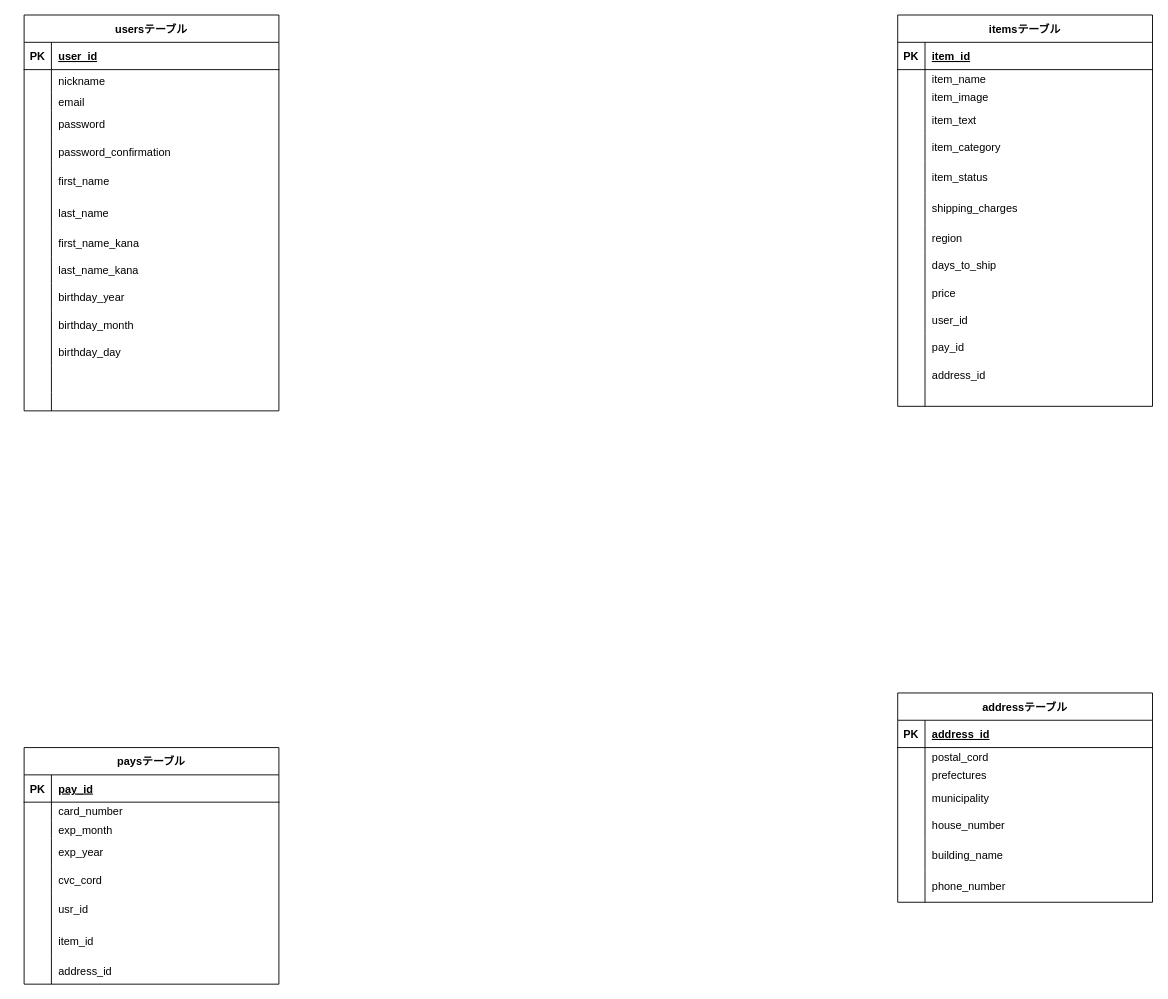
Above: furima.dio in makiwakurin/furima-28121 (draw.io), before the change. Source tidied: cells renumbered, new cells numbered last; positions are measured from the earlier drawing's top-left corner, leaving out a move shared by most shapes. Both pictures are drawn from the tidied source at 91%, with x=0, y=0 at pixel (24, 15).
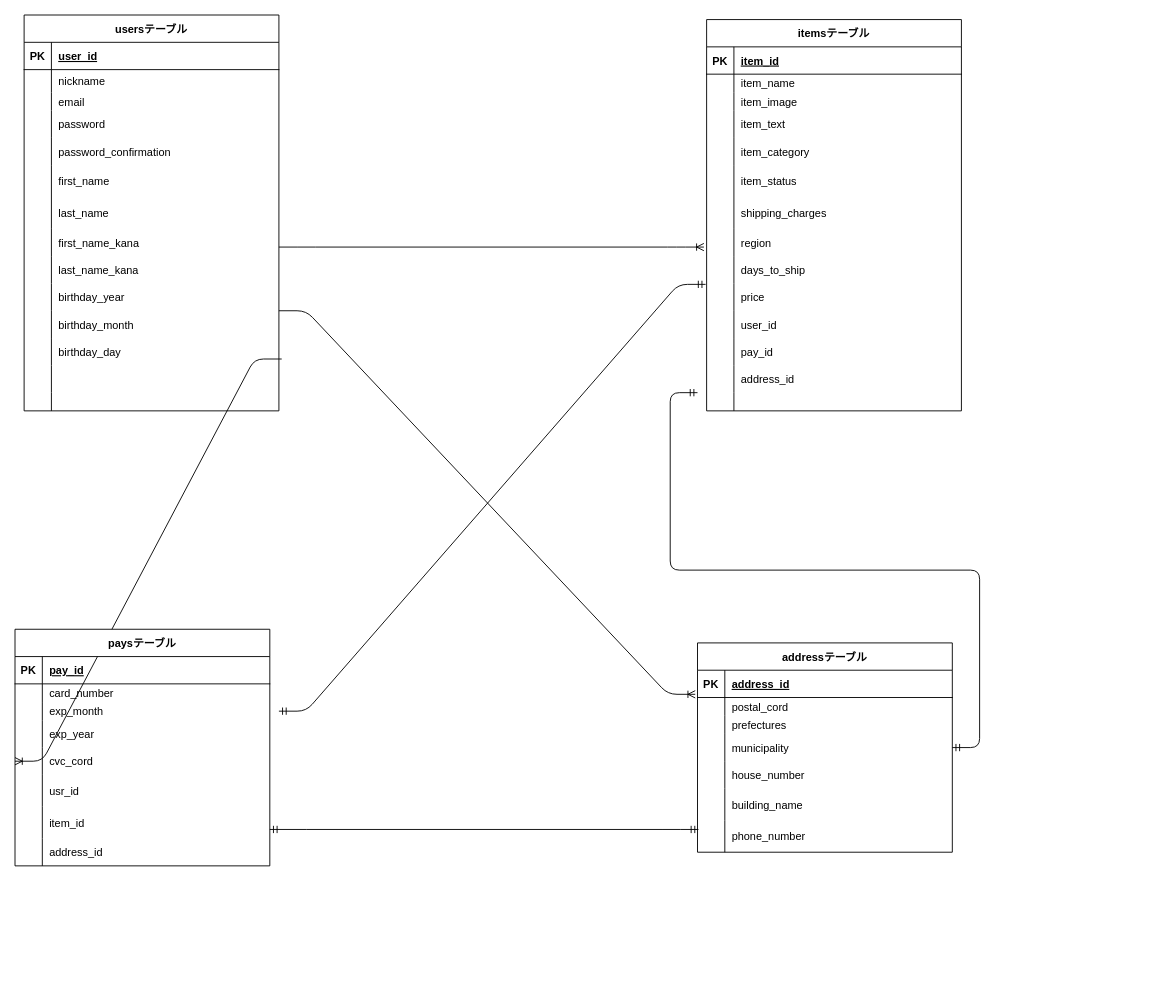
Above is the later version.

Commit message (it also covers changes not shown here):
各テーブルへカラム、型、アソシエーションの修正

The change refers to these unchanged cells:
```xml
<mxCell id="36" style="shape=partialRectangle;fillColor=none;top=0;left=0;bottom=0;right=0;points=[[0,0.5],[1,0.5]];portConstraint=eastwest;" parent="2" vertex="1">
  <mxGeometry y="355" width="280" height="30" as="geometry" />
</mxCell>
<mxCell id="74" style="shape=partialRectangle;fillColor=none;top=0;left=0;bottom=0;right=0;points=[[0,0.5],[1,0.5]];portConstraint=eastwest;" parent="46" vertex="1">
  <mxGeometry y="290" width="280" height="30" as="geometry" />
</mxCell>
<mxCell id="102" style="shape=partialRectangle;fillColor=none;top=0;left=0;bottom=0;right=0;points=[[0,0.5],[1,0.5]];portConstraint=eastwest;" parent="89" vertex="1">
  <mxGeometry y="130" width="280" height="30" as="geometry" />
</mxCell>
<mxCell id="118" style="shape=partialRectangle;fillColor=none;top=0;left=0;bottom=0;right=0;points=[[0,0.5],[1,0.5]];portConstraint=eastwest;" parent="114" vertex="1">
  <mxGeometry y="60" width="280" height="20" as="geometry" />
</mxCell>
<mxCell id="124" style="shape=partialRectangle;fillColor=none;top=0;left=0;bottom=0;right=0;points=[[0,0.5],[1,0.5]];portConstraint=eastwest;" parent="114" vertex="1">
  <mxGeometry y="100" width="280" height="30" as="geometry" />
</mxCell>
```

What changed in the source:
```diff
@@
     <mxCell id="46" value="itemsテーブル" style="shape=table;startSize=30;childLayout=tableLayout;rowLines=0;fontStyle=1;align=center;" parent="1" vertex="1">
-      <mxGeometry x="960" width="280" height="430" as="geometry" />
+      <mxGeometry x="750" y="5" width="280" height="430" as="geometry" />
     </mxCell>
@@
+    <mxCell id="136" style="edgeStyle=entityRelationEdgeStyle;fontSize=12;html=1;endArrow=ERoneToMany;" parent="1" edge="1">
+      <mxGeometry relative="1" as="geometry">
+        <mxPoint x="280" y="255" as="sourcePoint" />
+        <mxPoint x="747" y="255" as="targetPoint" />
+      </mxGeometry>
+    </mxCell>
+    <mxCell id="137" style="edgeStyle=entityRelationEdgeStyle;fontSize=12;html=1;endArrow=ERoneToMany;exitX=1.011;exitY=0.767;exitDx=0;exitDy=0;exitPerimeter=0;entryX=0;entryY=0.5;entryDx=0;entryDy=0;" parent="1" edge="1" source="36" target="102">
+      <mxGeometry relative="1" as="geometry" />
+    </mxCell>
+    <mxCell id="138" style="edgeStyle=entityRelationEdgeStyle;fontSize=12;html=1;endArrow=ERoneToMany;entryX=-0.009;entryY=-0.176;entryDx=0;entryDy=0;entryPerimeter=0;" parent="1" edge="1" target="118">
+      <mxGeometry relative="1" as="geometry">
+        <mxPoint x="280" y="325" as="sourcePoint" />
+      </mxGeometry>
+    </mxCell>
+    <mxCell id="139" style="edgeStyle=entityRelationEdgeStyle;fontSize=12;html=1;endArrow=ERmandOne;startArrow=ERmandOne;exitX=1;exitY=0.5;exitDx=0;exitDy=0;" parent="1" edge="1" source="124">
+      <mxGeometry relative="1" as="geometry">
+        <mxPoint x="740" y="415" as="targetPoint" />
+      </mxGeometry>
+    </mxCell>
+    <mxCell id="140" style="edgeStyle=entityRelationEdgeStyle;fontSize=12;html=1;endArrow=ERmandOne;startArrow=ERmandOne;entryX=-0.004;entryY=0.033;entryDx=0;entryDy=0;entryPerimeter=0;" parent="1" edge="1" target="74">
+      <mxGeometry relative="1" as="geometry">
+        <mxPoint x="280" y="765" as="sourcePoint" />
+      </mxGeometry>
+    </mxCell>
     <mxCell id="89" value="paysテーブル" style="shape=table;startSize=30;childLayout=tableLayout;rowLines=0;fontStyle=1;align=center;" parent="1" vertex="1">
-      <mxGeometry y="805" width="280" height="260" as="geometry" />
+      <mxGeometry x="-10" y="675" width="280" height="260" as="geometry" />
     </mxCell>
@@
     <mxCell id="114" value="addressテーブル" style="shape=table;startSize=30;childLayout=tableLayout;rowLines=0;fontStyle=1;align=center;" parent="1" vertex="1">
-      <mxGeometry x="960" y="745" width="280" height="230" as="geometry" />
+      <mxGeometry x="740" y="690" width="280" height="230" as="geometry" />
     </mxCell>
@@
+    <mxCell id="141" style="edgeStyle=entityRelationEdgeStyle;fontSize=12;html=1;endArrow=ERmandOne;startArrow=ERmandOne;" parent="1" edge="1">
+      <mxGeometry relative="1" as="geometry">
+        <mxPoint x="270" y="895" as="sourcePoint" />
+        <mxPoint x="741" y="895" as="targetPoint" />
+      </mxGeometry>
+    </mxCell>
```
